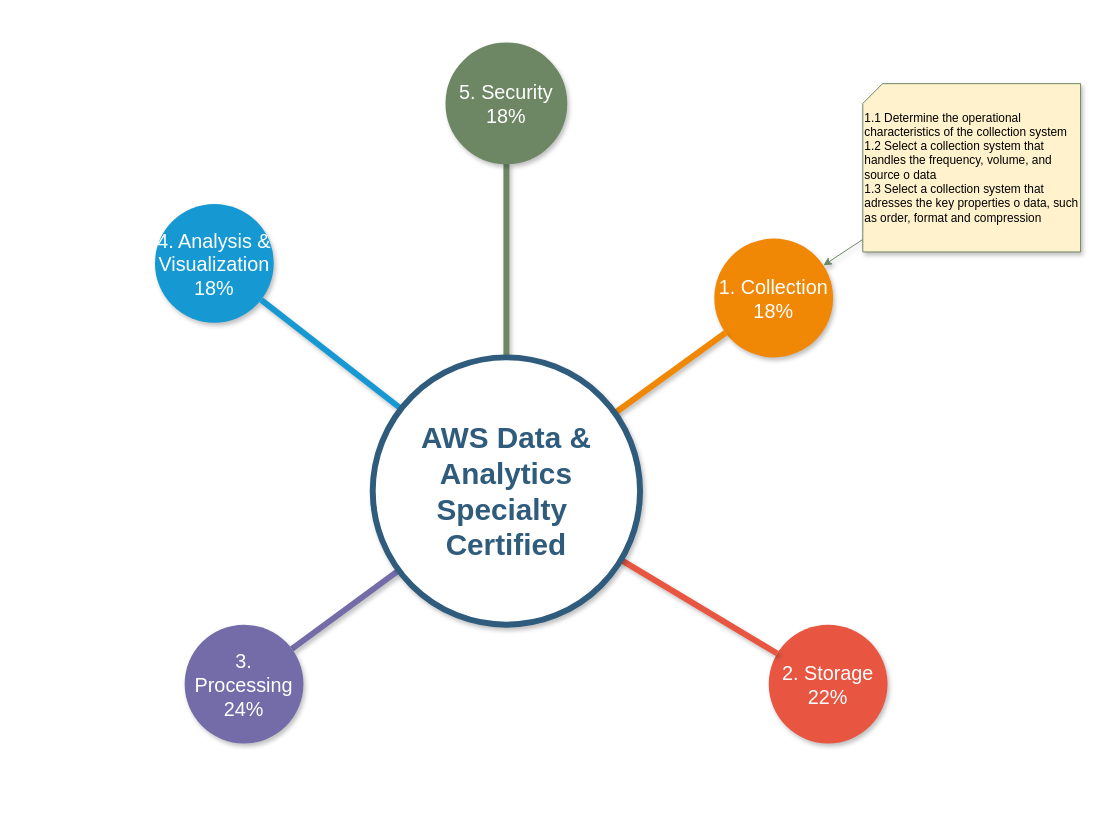
diegobilhalva/Certificacoes keeps this draw.io diagram as aws-da-cert.drawio. Above is the earlier version. Source tidied: cells renumbered, new cells numbered last; positions are measured from the earlier drawing's top-left corner, leaving out a move shared by most shapes. Both pictures are drawn from the tidied source at 99%, with x=0, y=0 at pixel (154, 44).
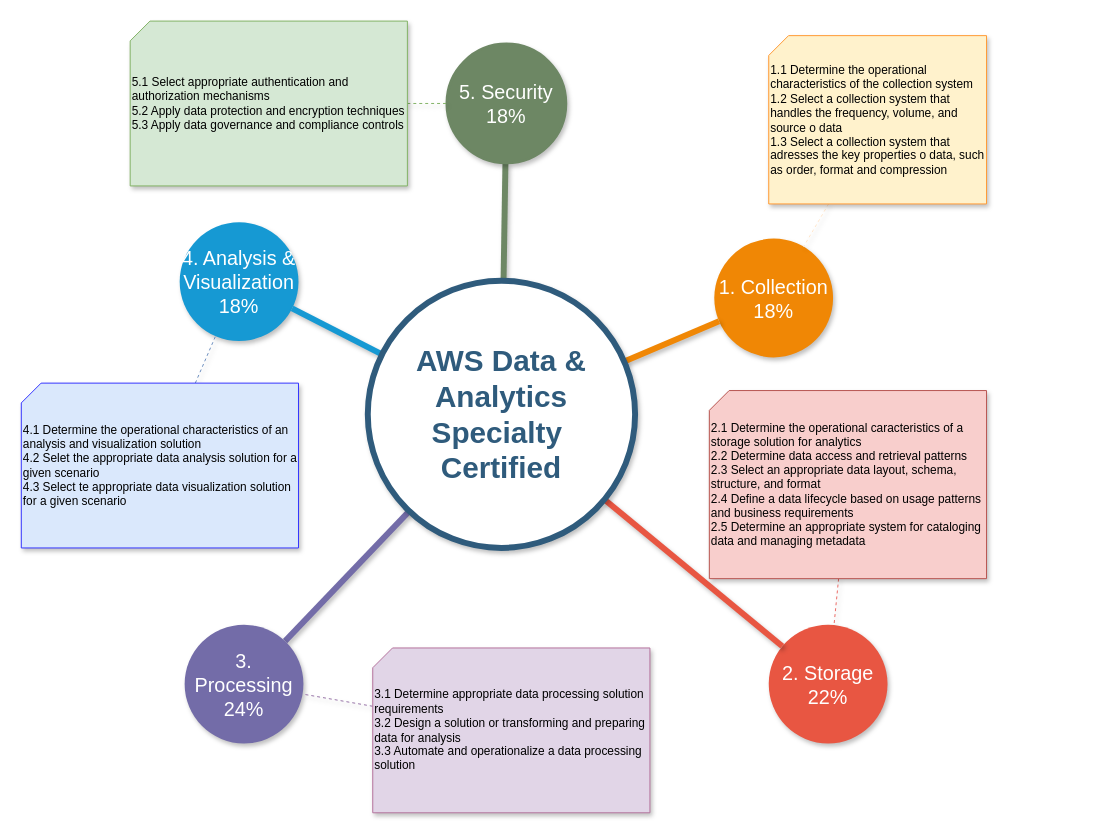
After the change.

The change refers to these unchanged cells:
```xml
<mxCell id="3" value="1. Collection 18%" style="ellipse;whiteSpace=wrap;html=1;shadow=1;fontFamily=Helvetica;fontSize=20;fontColor=#FFFFFF;align=center;strokeWidth=3;fillColor=#F08705;strokeColor=none;sketch=0;" parent="1" vertex="1">
  <mxGeometry x="565" y="196.5" width="120" height="120" as="geometry" />
</mxCell>
<mxCell id="4" value="2. Storage 22%" style="ellipse;whiteSpace=wrap;html=1;shadow=1;fontFamily=Helvetica;fontSize=20;fontColor=#FFFFFF;align=center;strokeWidth=3;fillColor=#E85642;strokeColor=none;" parent="1" vertex="1">
  <mxGeometry x="620" y="586.5" width="120" height="120" as="geometry" />
</mxCell>
<mxCell id="11" value="3. Processing 24%" style="ellipse;whiteSpace=wrap;html=1;shadow=1;fontFamily=Helvetica;fontSize=20;fontColor=#FFFFFF;align=center;strokeWidth=3;fillColor=#736ca8;strokeColor=none;" parent="1" vertex="1">
  <mxGeometry x="30" y="586.5" width="120" height="120" as="geometry" />
</mxCell>
<mxCell id="12" value="&lt;font color=&quot;#ffffff&quot;&gt;5. Security 18%&lt;/font&gt;" style="ellipse;whiteSpace=wrap;html=1;shadow=1;fontFamily=Helvetica;fontSize=20;align=center;strokeWidth=3;fillColor=#6d8764;strokeColor=#6D8764;fontColor=#ffffff;" parent="1" vertex="1">
  <mxGeometry x="295" width="120" height="120" as="geometry" />
</mxCell>
```

Change to the diagram source:
```diff
@@
     <mxCell id="2" value="4. Analysis &amp;amp; Visualization 18%" style="ellipse;whiteSpace=wrap;html=1;shadow=1;fontFamily=Helvetica;fontSize=20;fontColor=#FFFFFF;align=center;strokeWidth=3;fillColor=#1699D3;strokeColor=none;" parent="1" vertex="1">
-      <mxGeometry y="161.5" width="120" height="120" as="geometry" />
+      <mxGeometry x="25" y="180" width="120" height="120" as="geometry" />
     </mxCell>
@@
     <mxCell id="10" value="AWS Data &amp;amp; Analytics Specialty&amp;nbsp; Certified" style="ellipse;whiteSpace=wrap;html=1;shadow=1;fontFamily=Helvetica;fontSize=30;fontColor=#2F5B7C;align=center;strokeColor=#2F5B7C;strokeWidth=6;fillColor=#FFFFFF;fontStyle=1;gradientColor=none;" parent="1" vertex="1">
-      <mxGeometry x="220" y="316.5" width="270" height="270" as="geometry" />
+      <mxGeometry x="215" y="239" width="270" height="270" as="geometry" />
     </mxCell>
@@
-    <mxCell id="13" style="edgeStyle=none;rounded=0;jettySize=auto;html=1;fontColor=#FFFFFF;strokeColor=#6D8764;shadow=1;" parent="1" edge="1" source="14" target="3">
+    <mxCell id="13" style="edgeStyle=none;rounded=0;jettySize=auto;html=1;fontColor=#FFFFFF;strokeColor=#FFE6CC;shadow=1;dashed=1;endArrow=none;endFill=0;" parent="1" edge="1" source="14" target="3">
       <mxGeometry relative="1" as="geometry" />
     </mxCell>
-    <mxCell id="14" value="&lt;font color=&quot;#000000&quot;&gt;1.1 Determine the operational characteristics of the collection system&lt;br&gt;1.2 Select a collection system that handles the frequency, volume, and source o data&lt;br&gt;1.3 Select a collection system that adresses the key properties o data, such as order, format and compression&lt;br&gt;&lt;/font&gt;" style="shape=card;whiteSpace=wrap;html=1;fontColor=#FFFFFF;strokeColor=#6D8764;size=20;comic=0;align=left;horizontal=1;labelPosition=center;verticalLabelPosition=middle;verticalAlign=middle;labelBackgroundColor=none;fillColor=#FFF2CC;rounded=0;sketch=0;shadow=1;" parent="1" vertex="1">
-      <mxGeometry x="715" y="40" width="220" height="170" as="geometry" />
+    <mxCell id="14" value="&lt;font color=&quot;#000000&quot;&gt;1.1 Determine the operational characteristics of the collection system&lt;br&gt;1.2 Select a collection system that handles the frequency, volume, and source o data&lt;br&gt;1.3 Select a collection system that adresses the key properties o data, such as order, format and compression&lt;br&gt;&lt;/font&gt;" style="shape=card;whiteSpace=wrap;html=1;fontColor=#FFFFFF;strokeColor=#FF9933;size=20;comic=0;align=left;horizontal=1;labelPosition=center;verticalLabelPosition=middle;verticalAlign=middle;labelBackgroundColor=none;fillColor=#FFF2CC;rounded=0;sketch=0;shadow=1;" parent="1" vertex="1">
+      <mxGeometry x="620" y="-8.5" width="220" height="170" as="geometry" />
     </mxCell>
+    <mxCell id="15" style="rounded=0;jettySize=auto;html=1;dashed=1;endArrow=none;endFill=0;shadow=1;strokeColor=#EA6B66;" parent="1" edge="1" source="16" target="4">
+      <mxGeometry relative="1" as="geometry" />
+    </mxCell>
+    <mxCell id="16" value="&lt;font color=&quot;#000000&quot;&gt;2.1 Determine the operational caracteristics of a storage solution for analytics&lt;br&gt;2.2 Determine data access and retrieval patterns&lt;br&gt;2.3 Select an appropriate data layout, schema, structure, and format&lt;br&gt;2.4 Define a data lifecycle based on usage patterns and business requirements&lt;br&gt;2.5 Determine an appropriate system for cataloging data and managing metadata&lt;br&gt;&lt;/font&gt;" style="shape=card;whiteSpace=wrap;html=1;strokeColor=#b85450;size=20;comic=0;align=left;horizontal=1;labelPosition=center;verticalLabelPosition=middle;verticalAlign=middle;labelBackgroundColor=none;fillColor=#f8cecc;rounded=0;sketch=0;shadow=1;" parent="1" vertex="1">
+      <mxGeometry x="560" y="350" width="280" height="190" as="geometry" />
+    </mxCell>
+    <mxCell id="17" style="edgeStyle=none;rounded=0;jettySize=auto;html=1;shadow=1;dashed=1;endArrow=none;endFill=0;strokeColor=#9673a6;fillColor=#e1d5e7;" parent="1" edge="1" source="18" target="11">
+      <mxGeometry relative="1" as="geometry" />
+    </mxCell>
+    <mxCell id="18" value="&lt;font color=&quot;#000000&quot;&gt;3.1 Determine appropriate data processing solution requirements&lt;br&gt;3.2 Design a solution or transforming and preparing data for analysis&lt;br&gt;3.3 Automate and operationalize a data processing solution&lt;br&gt;&lt;/font&gt;" style="shape=card;whiteSpace=wrap;html=1;strokeColor=#B5739D;size=20;comic=0;align=left;horizontal=1;labelPosition=center;verticalLabelPosition=middle;verticalAlign=middle;labelBackgroundColor=none;fillColor=#e1d5e7;rounded=0;sketch=0;shadow=1;" parent="1" vertex="1">
+      <mxGeometry x="220" y="610" width="280" height="166.5" as="geometry" />
+    </mxCell>
+    <mxCell id="19" style="edgeStyle=none;rounded=0;jettySize=auto;html=1;shadow=1;dashed=1;endArrow=none;endFill=0;strokeColor=#6c8ebf;fillColor=#dae8fc;" parent="1" edge="1" source="20" target="2">
+      <mxGeometry relative="1" as="geometry" />
+    </mxCell>
+    <mxCell id="20" value="&lt;font color=&quot;#000000&quot;&gt;4.1 Determine the operational characteristics of an analysis and visualization solution&lt;br&gt;4.2 Selet the appropriate data analysis solution for a given scenario&lt;br&gt;4.3 Select te appropriate data visualization solution for a given scenario&lt;br&gt;&lt;/font&gt;" style="shape=card;whiteSpace=wrap;html=1;strokeColor=#3333FF;size=20;comic=0;align=left;horizontal=1;labelPosition=center;verticalLabelPosition=middle;verticalAlign=middle;labelBackgroundColor=none;fillColor=#dae8fc;rounded=0;sketch=0;shadow=1;" parent="1" vertex="1">
+      <mxGeometry x="-135" y="342.5" width="280" height="166.5" as="geometry" />
+    </mxCell>
+    <mxCell id="21" style="edgeStyle=none;rounded=0;jettySize=auto;html=1;shadow=1;dashed=1;endArrow=none;endFill=0;strokeColor=#82b366;fillColor=#d5e8d4;" parent="1" edge="1" source="22" target="12">
+      <mxGeometry relative="1" as="geometry" />
+    </mxCell>
+    <mxCell id="22" value="&lt;font color=&quot;#000000&quot;&gt;5.1 Select appropriate authentication and authorization mechanisms&lt;br&gt;5.2 Apply data protection and encryption techniques&lt;br&gt;5.3 Apply data governance and compliance controls&lt;br&gt;&lt;/font&gt;" style="shape=card;whiteSpace=wrap;html=1;strokeColor=#82b366;size=20;comic=0;align=left;horizontal=1;labelPosition=center;verticalLabelPosition=middle;verticalAlign=middle;labelBackgroundColor=none;fillColor=#d5e8d4;rounded=0;sketch=0;shadow=1;" parent="1" vertex="1">
+      <mxGeometry x="-25" y="-23.2" width="280" height="166.5" as="geometry" />
+    </mxCell>
```
